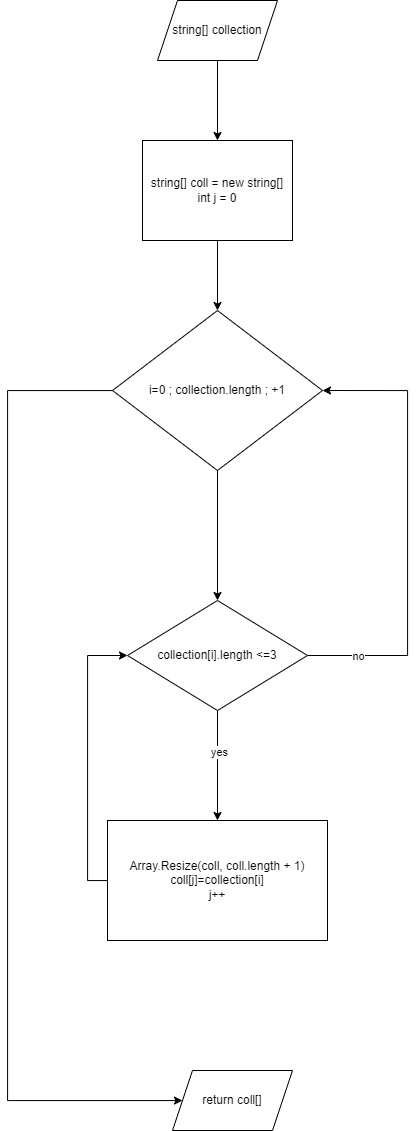
Above: exam.png in n0fr0st/exam (draw.io), before the change. Source tidied: cells renumbered, new cells last; positions are measured from the earlier drawing's top-left corner, leaving out a move shared by most shapes.
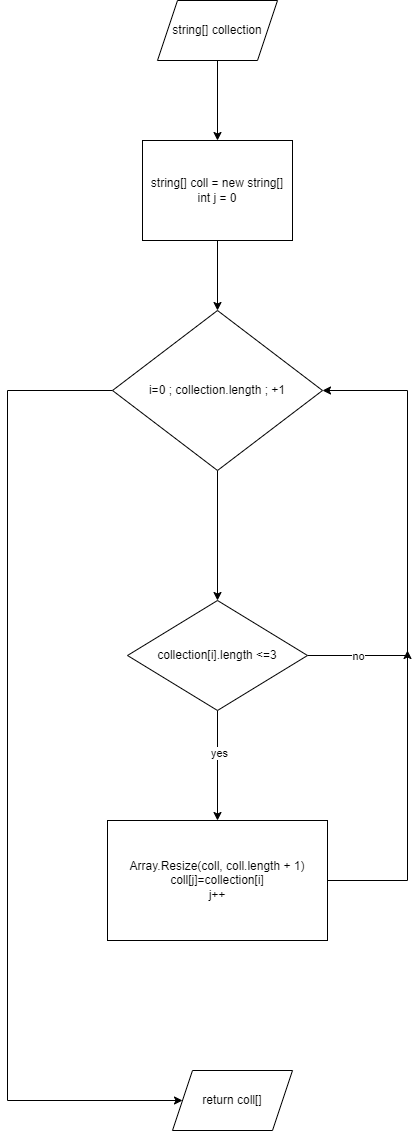
The same file after the commit.

Commit message:
nothe fix diagram

The edit, as a diff of the source:
```diff
@@ -24,8 +24,9 @@
         <mxPoint x="210" y="600" as="targetPoint" />
       </mxGeometry>
     </mxCell>
-    <mxCell id="8" style="edgeStyle=orthogonalEdgeStyle;rounded=0;jettySize=auto;html=1;" parent="1" edge="1" source="9" target="4">
+    <mxCell id="8" style="edgeStyle=orthogonalEdgeStyle;rounded=0;jettySize=auto;html=1;" parent="1" edge="1" source="9">
       <mxGeometry relative="1" as="geometry">
+        <mxPoint x="175" y="1100" as="targetPoint" />
         <Array as="points">
           <mxPoint y="390" />
           <mxPoint y="1100" />
@@ -57,11 +58,11 @@
     <mxCell id="14" value="collection[i].length &amp;lt;=3" style="rhombus;whiteSpace=wrap;html=1;" parent="1" vertex="1">
       <mxGeometry x="120" y="600" width="180" height="110" as="geometry" />
     </mxCell>
-    <mxCell id="15" style="edgeStyle=orthogonalEdgeStyle;rounded=0;jettySize=auto;html=1;entryX=0;entryY=0.5;entryDx=0;entryDy=0;" parent="1" edge="1" source="16" target="14">
+    <mxCell id="15" style="edgeStyle=orthogonalEdgeStyle;rounded=0;jettySize=auto;html=1;" parent="1" edge="1" source="16">
       <mxGeometry relative="1" as="geometry">
+        <mxPoint x="400" y="650" as="targetPoint" />
         <Array as="points">
-          <mxPoint x="80" y="880" />
-          <mxPoint x="80" y="655" />
+          <mxPoint x="400" y="880" />
         </Array>
       </mxGeometry>
     </mxCell>
```
